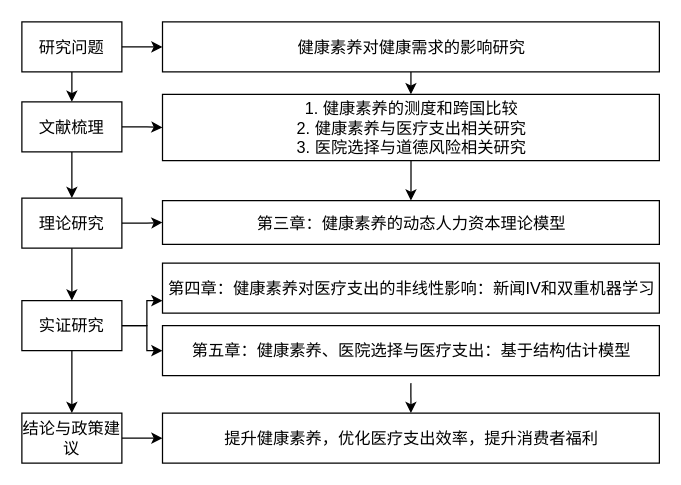
The draw.io diagram new.drawio in BWaaaa/AdvancedDID, before the edit. Source tidied: cells renumbered, new cells numbered last; positions are measured from the earlier drawing's top-left corner, leaving out a move shared by most shapes. Both pictures are drawn from the tidied source at 125%, with x=0, y=0 at pixel (21, 21).
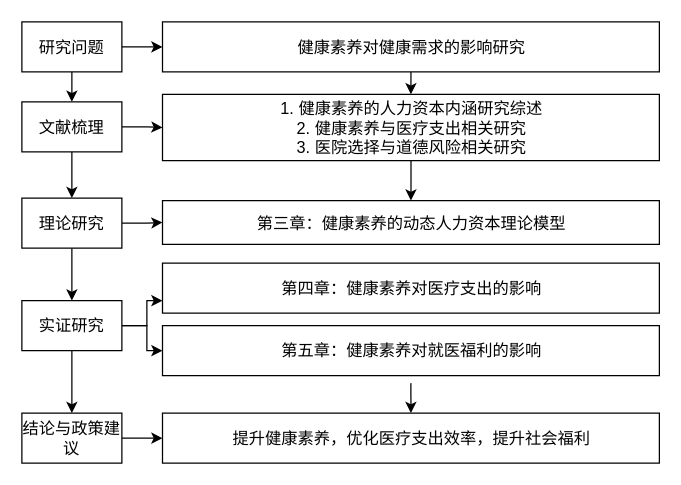
The same page after the edit.

The edit, as a diff of the source:
```diff
@@
-    <mxCell id="15" value="&lt;div&gt;第四章：健康素养对医疗支出的非线性影响：新闻IV和双重机器学习&lt;/div&gt;" style="rounded=0;whiteSpace=wrap;html=1;fontFamily=宋体;fontSize=13;" parent="1" vertex="1">
+    <mxCell id="15" value="&lt;div&gt;第四章：健康素养对医疗支出的影响&lt;/div&gt;" style="rounded=0;whiteSpace=wrap;html=1;fontFamily=宋体;fontSize=13;" parent="1" vertex="1">
       <mxGeometry x="112.5" y="193" width="397.5" height="40" as="geometry" />
     </mxCell>
-    <mxCell id="16" value="&lt;div&gt;第五章：健康素养、医院选择与医疗支出：基于结构估计模型&lt;/div&gt;" style="rounded=0;whiteSpace=wrap;html=1;fontFamily=宋体;fontSize=13;" parent="1" vertex="1">
+    <mxCell id="16" value="&lt;div&gt;第五章：健康素养对就医福利的影响&lt;/div&gt;" style="rounded=0;whiteSpace=wrap;html=1;fontFamily=宋体;fontSize=13;" parent="1" vertex="1">
       <mxGeometry x="112.5" y="243" width="397.5" height="40" as="geometry" />
     </mxCell>
@@
-    <mxCell id="19" value="&lt;div&gt;提升健康素养，优化医疗支出效率，提升消费者福利&lt;/div&gt;" style="rounded=0;whiteSpace=wrap;html=1;fontFamily=宋体;fontSize=13;" parent="1" vertex="1">
+    <mxCell id="19" value="&lt;div&gt;提升健康素养，优化医疗支出效率，提升社会福利&lt;/div&gt;" style="rounded=0;whiteSpace=wrap;html=1;fontFamily=宋体;fontSize=13;" parent="1" vertex="1">
       <mxGeometry x="112.5" y="313" width="397.5" height="40" as="geometry" />
     </mxCell>
@@
-    <mxCell id="21" value="&lt;div&gt;1. 健康素养的测度和跨国比较&lt;/div&gt;&lt;div&gt;2. 健康素养与医疗支出相关研究&lt;/div&gt;&lt;div&gt;3. 医院选择与道德风险相关研究&lt;/div&gt;" style="rounded=0;whiteSpace=wrap;html=1;fontFamily=宋体;fontSize=13;" parent="1" vertex="1">
+    <mxCell id="21" value="&lt;div&gt;1. 健康素养的人力资本内涵研究&lt;span style=&quot;background-color: transparent; color: light-dark(rgb(0, 0, 0), rgb(255, 255, 255));&quot;&gt;综述&lt;/span&gt;&lt;/div&gt;&lt;div&gt;2. 健康素养与医疗支出相关研究&lt;/div&gt;&lt;div&gt;3. 医院选择与道德风险相关研究&lt;/div&gt;" style="rounded=0;whiteSpace=wrap;html=1;fontFamily=宋体;fontSize=13;" parent="1" vertex="1">
       <mxGeometry x="112.5" y="58" width="397.5" height="53" as="geometry" />
     </mxCell>
```
